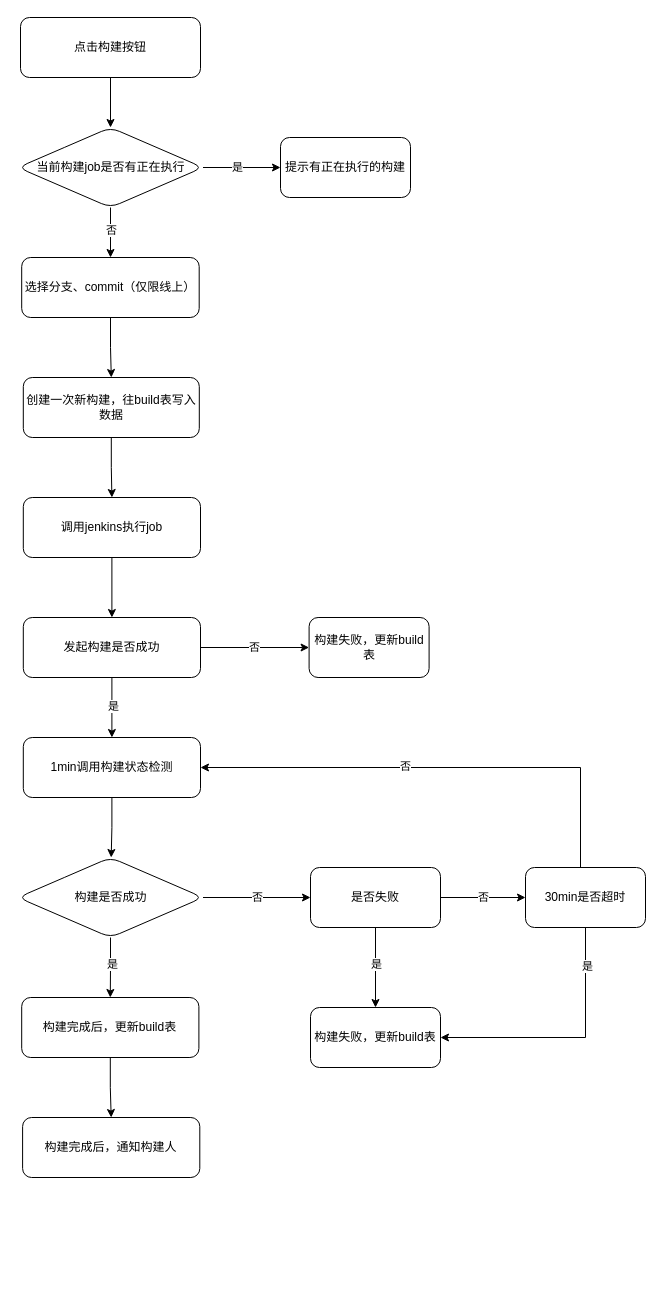
Earlier version of the draw.io diagram build.drawio (wupei-w/diagrams). Source tidied: cells renumbered, new cells numbered last; positions are measured from the earlier drawing's top-left corner, leaving out a move shared by most shapes. Both pictures are drawn from the tidied source at 100%, with x=0, y=0 at pixel (18, 17).
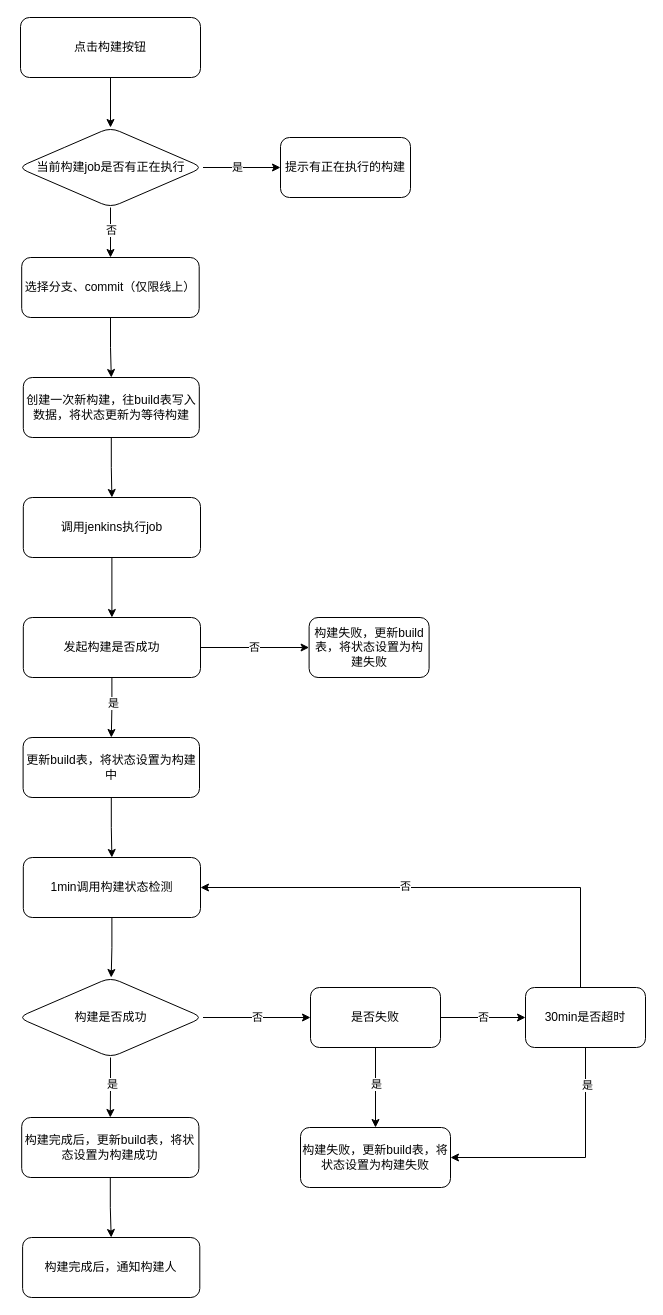
Above is the later version.

The change refers to these unchanged cells:
```xml
<mxCell id="35" value="发起构建是否成功" style="whiteSpace=wrap;html=1;rounded=1;" parent="1" vertex="1">
  <mxGeometry x="4.8" y="600" width="177.2" height="60" as="geometry" />
</mxCell>
```

Diff of the diagram source:
```diff
@@
-    <mxCell id="13" value="创建一次新构建，往build表写入数据" style="whiteSpace=wrap;html=1;rounded=1;" parent="1" vertex="1">
+    <mxCell id="13" value="创建一次新构建，往build表写入数据，将状态更新为等待构建" style="whiteSpace=wrap;html=1;rounded=1;" parent="1" vertex="1">
       <mxGeometry x="4.8" y="360" width="176" height="60" as="geometry" />
     </mxCell>
@@
     <mxCell id="16" style="edgeStyle=orthogonalEdgeStyle;rounded=0;jettySize=auto;html=1;" parent="1" edge="1" source="17">
       <mxGeometry relative="1" as="geometry">
-        <mxPoint x="92.7" y="840" as="targetPoint" />
+        <mxPoint x="92.7" y="960" as="targetPoint" />
       </mxGeometry>
     </mxCell>
     <mxCell id="17" value="1min调用构建状态检测" style="whiteSpace=wrap;html=1;rounded=1;" parent="1" vertex="1">
-      <mxGeometry x="4.8" y="720" width="177.2" height="60" as="geometry" />
+      <mxGeometry x="4.8" y="840" width="177.2" height="60" as="geometry" />
     </mxCell>
     <mxCell id="18" value="构建完成后，通知构建人" style="whiteSpace=wrap;html=1;rounded=1;" parent="1" vertex="1">
-      <mxGeometry x="4.1" y="1100" width="177.2" height="60" as="geometry" />
+      <mxGeometry x="4.1" y="1220" width="177.2" height="60" as="geometry" />
     </mxCell>
@@
     <mxCell id="22" value="构建是否成功" style="rhombus;whiteSpace=wrap;html=1;rounded=1;" parent="1" vertex="1">
-      <mxGeometry x="-0.5" y="840" width="185" height="80" as="geometry" />
+      <mxGeometry x="-0.5" y="960" width="185" height="80" as="geometry" />
     </mxCell>
@@
-    <mxCell id="24" value="构建完成后，更新build表" style="whiteSpace=wrap;html=1;rounded=1;" parent="1" vertex="1">
-      <mxGeometry x="3.2" y="980" width="177.2" height="60" as="geometry" />
+    <mxCell id="24" value="构建完成后，更新build表，将状态设置为构建成功" style="whiteSpace=wrap;html=1;rounded=1;" parent="1" vertex="1">
+      <mxGeometry x="3.2" y="1100" width="177.2" height="60" as="geometry" />
     </mxCell>
@@
     <mxCell id="29" value="是否失败" style="whiteSpace=wrap;html=1;rounded=1;" parent="1" vertex="1">
-      <mxGeometry x="292" y="850" width="130" height="60" as="geometry" />
+      <mxGeometry x="292" y="970" width="130" height="60" as="geometry" />
     </mxCell>
-    <mxCell id="30" value="构建失败，更新build表" style="whiteSpace=wrap;html=1;rounded=1;" parent="1" vertex="1">
-      <mxGeometry x="292" y="990" width="130" height="60" as="geometry" />
+    <mxCell id="30" value="构建失败，更新build表，将状态设置为构建失败" style="whiteSpace=wrap;html=1;rounded=1;" parent="1" vertex="1">
+      <mxGeometry x="282" y="1110" width="150" height="60" as="geometry" />
     </mxCell>
-    <mxCell id="31" style="edgeStyle=orthogonalEdgeStyle;rounded=0;jettySize=auto;html=1;" parent="1" edge="1" source="35" target="17">
-      <mxGeometry relative="1" as="geometry" />
-    </mxCell>
-    <mxCell id="32" value="是" style="edgeLabel;html=1;align=center;verticalAlign=middle;" parent="31" vertex="1">
-      <mxGeometry x="-0.07" y="1" relative="1" as="geometry" />
-    </mxCell>
@@
+    <mxCell id="42" style="edgeStyle=orthogonalEdgeStyle;rounded=0;jettySize=auto;html=1;" parent="1" edge="1" source="35" target="44">
+      <mxGeometry relative="1" as="geometry" />
+    </mxCell>
+    <mxCell id="32" value="是" style="edgeLabel;html=1;align=center;verticalAlign=middle;" parent="42" vertex="1">
+      <mxGeometry x="-0.17" y="1" relative="1" as="geometry" />
+    </mxCell>
@@
-    <mxCell id="36" value="构建失败，更新build表" style="whiteSpace=wrap;html=1;rounded=1;" parent="1" vertex="1">
+    <mxCell id="36" value="构建失败，更新build表，将状态设置为构建失败" style="whiteSpace=wrap;html=1;rounded=1;" parent="1" vertex="1">
       <mxGeometry x="290.6" y="600" width="120" height="60" as="geometry" />
     </mxCell>
     <mxCell id="37" style="edgeStyle=orthogonalEdgeStyle;rounded=0;jettySize=auto;html=1;entryX=1;entryY=0.5;entryDx=0;entryDy=0;" parent="1" edge="1" source="41" target="17">
       <mxGeometry relative="1" as="geometry">
         <Array as="points">
-          <mxPoint x="562" y="750" />
+          <mxPoint x="562" y="870" />
         </Array>
       </mxGeometry>
     </mxCell>
@@
     <mxCell id="39" style="edgeStyle=orthogonalEdgeStyle;rounded=0;jettySize=auto;html=1;entryX=1;entryY=0.5;entryDx=0;entryDy=0;" parent="1" edge="1" source="41" target="30">
       <mxGeometry relative="1" as="geometry">
         <Array as="points">
-          <mxPoint x="567" y="1020" />
+          <mxPoint x="567" y="1140" />
         </Array>
       </mxGeometry>
     </mxCell>
@@
     <mxCell id="41" value="30min是否超时" style="whiteSpace=wrap;html=1;rounded=1;" parent="1" vertex="1">
-      <mxGeometry x="507" y="850" width="120" height="60" as="geometry" />
+      <mxGeometry x="507" y="970" width="120" height="60" as="geometry" />
     </mxCell>
+    <mxCell id="43" style="edgeStyle=orthogonalEdgeStyle;rounded=0;jettySize=auto;html=1;" parent="1" edge="1" source="44" target="17">
+      <mxGeometry relative="1" as="geometry" />
+    </mxCell>
+    <mxCell id="44" value="更新build表，将状态设置为构建中" style="whiteSpace=wrap;html=1;rounded=1;" parent="1" vertex="1">
+      <mxGeometry x="4.6" y="720" width="176.4" height="60" as="geometry" />
+    </mxCell>
```
